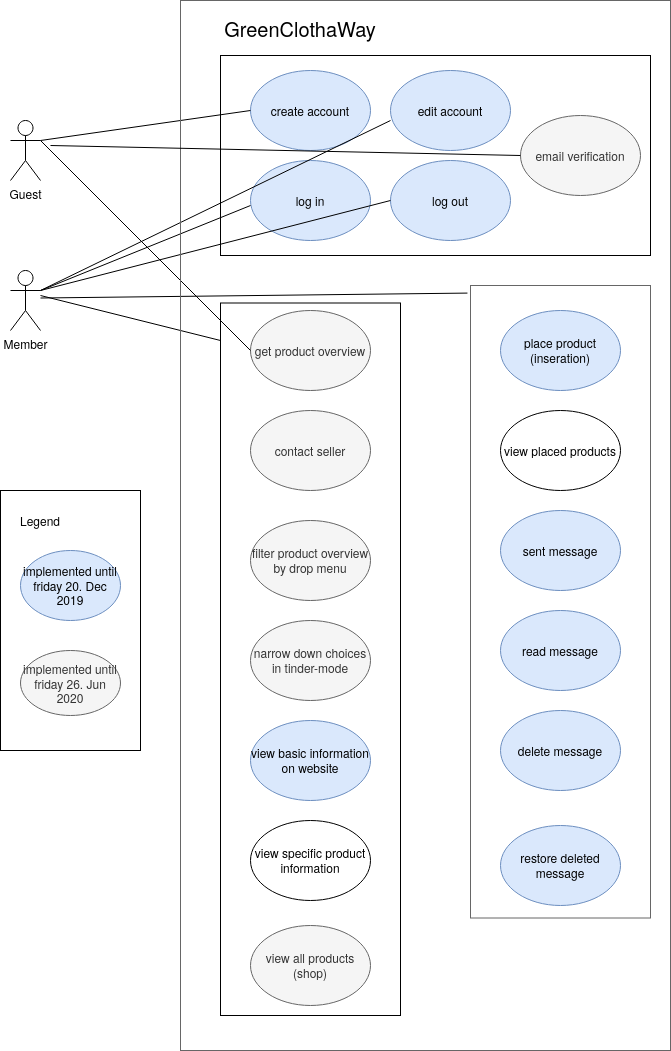
This is doc/GCW_UML.png from enrikb/Website, a draw.io export, as it was before one commit. Source tidied: cells renumbered, new cells last; positions are measured from the earlier drawing's top-left corner, leaving out a move shared by most shapes.
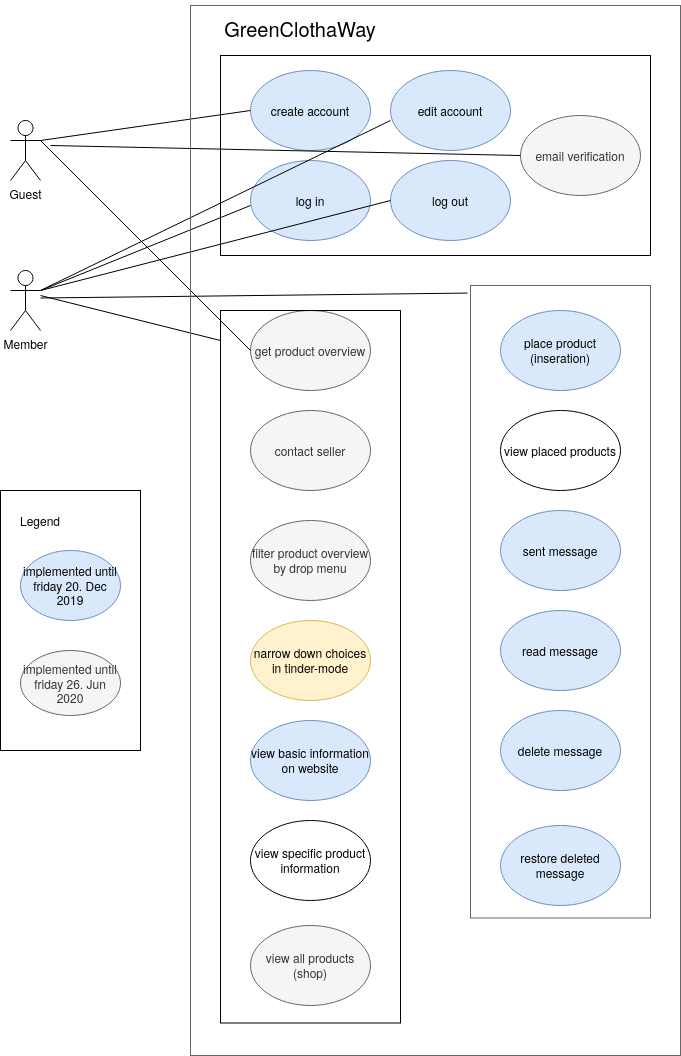
Later version of the same file.

What changed in the source:
```diff
@@ -36,7 +36,7 @@
       <mxGeometry x="500" y="610" width="120" height="80" as="geometry" />
     </mxCell>
     <mxCell id="13" style="rounded=0;whiteSpace=wrap;html=1;fillColor=none;gradientColor=none;" parent="1" vertex="1">
-      <mxGeometry x="220" y="302.5" width="180" height="712.5" as="geometry" />
+      <mxGeometry x="220" y="310" width="180" height="712.5" as="geometry" />
     </mxCell>
     <mxCell id="14" style="rounded=0;whiteSpace=wrap;html=1;fillColor=none;strokeColor=#666666;fontColor=#333333;" parent="1" vertex="1">
       <mxGeometry x="470" y="285" width="180" height="632.5" as="geometry" />
@@ -44,7 +44,7 @@
     <mxCell id="15" value="filter product overview by drop menu" style="ellipse;whiteSpace=wrap;html=1;fillColor=#f5f5f5;strokeColor=#666666;fontColor=#333333;" parent="1" vertex="1">
       <mxGeometry x="250" y="520" width="120" height="80" as="geometry" />
     </mxCell>
-    <mxCell id="16" value="narrow down choices in tinder-mode" style="ellipse;whiteSpace=wrap;html=1;fillColor=#f5f5f5;strokeColor=#666666;fontColor=#333333;" parent="1" vertex="1">
+    <mxCell id="16" value="narrow down choices in tinder-mode" style="ellipse;whiteSpace=wrap;html=1;fillColor=#fff2cc;strokeColor=#d6b656;" parent="1" vertex="1">
       <mxGeometry x="250" y="620" width="120" height="80" as="geometry" />
     </mxCell>
     <mxCell id="17" style="rounded=0;whiteSpace=wrap;html=1;fillColor=none;gradientColor=none;" parent="1" vertex="1">
@@ -117,7 +117,7 @@
       <mxGeometry x="500" y="410" width="120" height="80" as="geometry" />
     </mxCell>
     <mxCell id="35" style="rounded=0;whiteSpace=wrap;html=1;fillColor=none;strokeColor=#666666;fontColor=#333333;" parent="1" vertex="1">
-      <mxGeometry x="180" width="490" height="1050" as="geometry" />
+      <mxGeometry x="190" y="5" width="490" height="1050" as="geometry" />
     </mxCell>
     <mxCell id="36" value="view all products (shop)" style="ellipse;whiteSpace=wrap;html=1;fillColor=#f5f5f5;strokeColor=#666666;fontColor=#333333;" parent="1" vertex="1">
       <mxGeometry x="250" y="925" width="120" height="80" as="geometry" />
```
